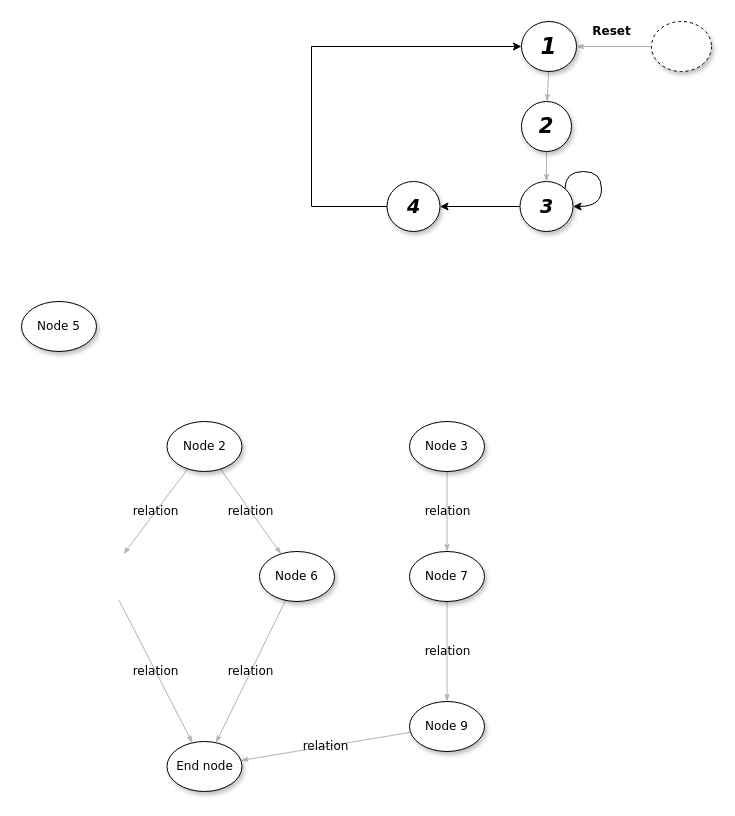
Above: CPU_State_Diag.drawio in TheParodicts/MIPS_CPU_Diagram (draw.io), before the change. Source tidied: cells renumbered, new cells numbered last; positions are measured from the earlier drawing's top-left corner, leaving out a move shared by most shapes. Both pictures are drawn from the tidied source at 100%, with x=0, y=0 at pixel (21, 21).
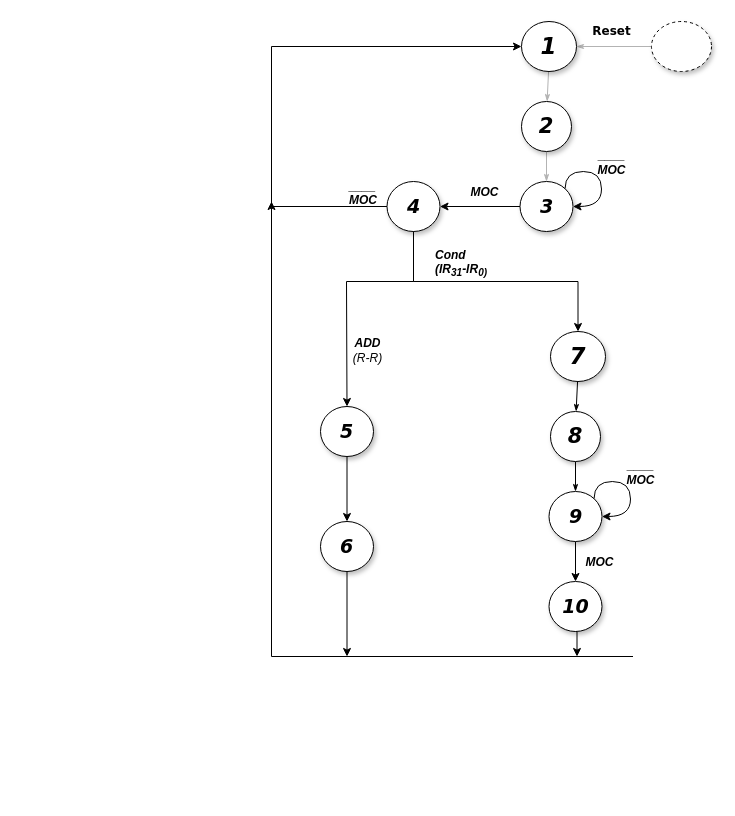
After the change.

Unchanged cells that the change refers to:
```xml
<mxCell id="19" value="&lt;b&gt;&lt;i&gt;&lt;font style=&quot;font-size: 23px&quot;&gt;1&lt;/font&gt;&lt;/i&gt;&lt;/b&gt;" style="ellipse;whiteSpace=wrap;html=1;rounded=0;shadow=1;comic=0;labelBackgroundColor=none;strokeColor=#000000;strokeWidth=1;fillColor=#FFFFFF;fontFamily=Verdana;fontSize=12;fontColor=#000000;align=center;" parent="1" vertex="1">
  <mxGeometry x="500" width="55" height="50" as="geometry" />
</mxCell>
<mxCell id="22" style="edgeStyle=orthogonalEdgeStyle;rounded=0;jettySize=auto;html=1;" parent="1" edge="1" source="23" target="25">
  <mxGeometry relative="1" as="geometry" />
</mxCell>
<mxCell id="25" value="&lt;span&gt;&lt;b&gt;&lt;i&gt;&lt;font style=&quot;font-size: 19px&quot;&gt;4&lt;/font&gt;&lt;/i&gt;&lt;/b&gt;&lt;/span&gt;" style="ellipse;whiteSpace=wrap;html=1;rounded=0;shadow=1;comic=0;labelBackgroundColor=none;strokeColor=#000000;strokeWidth=1;fillColor=#FFFFFF;fontFamily=Verdana;fontSize=12;fontColor=#000000;align=center;" parent="1" vertex="1">
  <mxGeometry x="365.5" y="160" width="53" height="50" as="geometry" />
</mxCell>
<mxCell id="26" style="edgeStyle=orthogonalEdgeStyle;rounded=0;orthogonalLoop=1;jettySize=auto;html=1;exitX=1;exitY=0;exitDx=0;exitDy=0;entryX=1;entryY=0.5;entryDx=0;entryDy=0;curved=1;" parent="1" edge="1" source="23" target="23">
  <mxGeometry relative="1" as="geometry">
    <Array as="points">
      <mxPoint x="544" y="150" />
      <mxPoint x="580" y="150" />
      <mxPoint x="580" y="185" />
    </Array>
  </mxGeometry>
</mxCell>
```

What changed in the source:
```diff
@@
-    <mxCell id="4" value="relation" style="edgeStyle=none;rounded=1;html=1;labelBackgroundColor=none;startArrow=none;startFill=0;startSize=5;endArrow=classicThin;endFill=1;endSize=5;jettySize=auto;strokeColor=#B3B3B3;strokeWidth=1;fontFamily=Verdana;fontSize=12;fontColor=#000000;" parent="1" edge="1" source="6">
-      <mxGeometry relative="1" as="geometry">
-        <mxPoint x="102.1" y="532.6" as="targetPoint" />
-      </mxGeometry>
-    </mxCell>
-    <mxCell id="5" value="relation" style="edgeStyle=none;rounded=1;html=1;labelBackgroundColor=none;startArrow=none;startFill=0;startSize=5;endArrow=classicThin;endFill=1;endSize=5;jettySize=auto;strokeColor=#B3B3B3;strokeWidth=1;fontFamily=Verdana;fontSize=12;fontColor=#000000;" parent="1" edge="1" source="6" target="14">
-      <mxGeometry relative="1" as="geometry" />
-    </mxCell>
-    <mxCell id="6" value="&lt;span&gt;Node 2&lt;/span&gt;" style="ellipse;whiteSpace=wrap;html=1;rounded=0;shadow=1;comic=0;labelBackgroundColor=none;strokeColor=#000000;strokeWidth=1;fillColor=#FFFFFF;fontFamily=Verdana;fontSize=12;fontColor=#000000;align=center;" parent="1" vertex="1">
-      <mxGeometry x="145.5" y="400" width="75" height="50" as="geometry" />
-    </mxCell>
-    <mxCell id="7" value="relation" style="edgeStyle=none;rounded=1;html=1;labelBackgroundColor=none;startArrow=none;startFill=0;startSize=5;endArrow=classicThin;endFill=1;endSize=5;jettySize=auto;strokeColor=#B3B3B3;strokeWidth=1;fontFamily=Verdana;fontSize=12;fontColor=#000000;" parent="1" edge="1" source="8" target="10">
-      <mxGeometry relative="1" as="geometry" />
-    </mxCell>
-    <mxCell id="8" value="&lt;span&gt;Node 3&lt;/span&gt;" style="ellipse;whiteSpace=wrap;html=1;rounded=0;shadow=1;comic=0;labelBackgroundColor=none;strokeColor=#000000;strokeWidth=1;fillColor=#FFFFFF;fontFamily=Verdana;fontSize=12;fontColor=#000000;align=center;" parent="1" vertex="1">
-      <mxGeometry x="388" y="400" width="75" height="50" as="geometry" />
-    </mxCell>
-    <mxCell id="9" value="relation" style="edgeStyle=none;rounded=1;html=1;labelBackgroundColor=none;startArrow=none;startFill=0;startSize=5;endArrow=classicThin;endFill=1;endSize=5;jettySize=auto;strokeColor=#B3B3B3;strokeWidth=1;fontFamily=Verdana;fontSize=12;fontColor=#000000;" parent="1" edge="1" source="10" target="12">
-      <mxGeometry relative="1" as="geometry" />
-    </mxCell>
-    <mxCell id="10" value="&lt;span&gt;Node 7&lt;/span&gt;" style="ellipse;whiteSpace=wrap;html=1;rounded=0;shadow=1;comic=0;labelBackgroundColor=none;strokeColor=#000000;strokeWidth=1;fillColor=#FFFFFF;fontFamily=Verdana;fontSize=12;fontColor=#000000;align=center;" parent="1" vertex="1">
-      <mxGeometry x="388" y="530" width="75" height="50" as="geometry" />
-    </mxCell>
-    <mxCell id="11" value="relation" style="edgeStyle=none;rounded=1;html=1;labelBackgroundColor=none;startArrow=none;startFill=0;startSize=5;endArrow=classicThin;endFill=1;endSize=5;jettySize=auto;strokeColor=#B3B3B3;strokeWidth=1;fontFamily=Verdana;fontSize=12;fontColor=#000000;" parent="1" edge="1" source="12" target="17">
-      <mxGeometry relative="1" as="geometry" />
-    </mxCell>
-    <mxCell id="12" value="&lt;span&gt;Node 9&lt;/span&gt;" style="ellipse;whiteSpace=wrap;html=1;rounded=0;shadow=1;comic=0;labelBackgroundColor=none;strokeColor=#000000;strokeWidth=1;fillColor=#FFFFFF;fontFamily=Verdana;fontSize=12;fontColor=#000000;align=center;" parent="1" vertex="1">
-      <mxGeometry x="388" y="680" width="75" height="50" as="geometry" />
-    </mxCell>
-    <mxCell id="13" value="relation" style="edgeStyle=none;rounded=1;html=1;labelBackgroundColor=none;startArrow=none;startFill=0;startSize=5;endArrow=classicThin;endFill=1;endSize=5;jettySize=auto;strokeColor=#B3B3B3;strokeWidth=1;fontFamily=Verdana;fontSize=12;fontColor=#000000;" parent="1" edge="1" source="14" target="17">
-      <mxGeometry relative="1" as="geometry" />
-    </mxCell>
-    <mxCell id="14" value="&lt;span&gt;Node 6&lt;/span&gt;" style="ellipse;whiteSpace=wrap;html=1;rounded=0;shadow=1;comic=0;labelBackgroundColor=none;strokeColor=#000000;strokeWidth=1;fillColor=#FFFFFF;fontFamily=Verdana;fontSize=12;fontColor=#000000;align=center;" parent="1" vertex="1">
-      <mxGeometry x="238" y="530" width="75" height="50" as="geometry" />
-    </mxCell>
-    <mxCell id="15" value="relation" style="edgeStyle=none;rounded=1;html=1;labelBackgroundColor=none;startArrow=none;startFill=0;startSize=5;endArrow=classicThin;endFill=1;endSize=5;jettySize=auto;strokeColor=#B3B3B3;strokeWidth=1;fontFamily=Verdana;fontSize=12;fontColor=#000000;" parent="1" edge="1" target="17">
-      <mxGeometry relative="1" as="geometry">
-        <mxPoint x="97.5" y="578.7" as="sourcePoint" />
-      </mxGeometry>
-    </mxCell>
-    <mxCell id="16" value="&lt;span&gt;Node 5&lt;/span&gt;" style="ellipse;whiteSpace=wrap;html=1;rounded=0;shadow=1;comic=0;labelBackgroundColor=none;strokeColor=#000000;strokeWidth=1;fillColor=#FFFFFF;fontFamily=Verdana;fontSize=12;fontColor=#000000;align=center;" parent="1" vertex="1">
-      <mxGeometry y="280" width="75" height="50" as="geometry" />
-    </mxCell>
-    <mxCell id="17" value="End node" style="ellipse;whiteSpace=wrap;html=1;rounded=0;shadow=1;comic=0;labelBackgroundColor=none;strokeColor=#000000;strokeWidth=1;fillColor=#FFFFFF;fontFamily=Verdana;fontSize=12;fontColor=#000000;align=center;" parent="1" vertex="1">
-      <mxGeometry x="145.5" y="720" width="75" height="50" as="geometry" />
-    </mxCell>
@@
+    <mxCell id="27" value="&lt;b&gt;&lt;i&gt;MOC&lt;/i&gt;&lt;/b&gt;" style="text;html=1;align=center;verticalAlign=middle;labelBackgroundColor=#ffffff;" parent="22" vertex="1">
+      <mxGeometry x="-0.11" y="-3" relative="1" as="geometry">
+        <mxPoint y="-12" as="offset" />
+      </mxGeometry>
+    </mxCell>
+    <mxCell id="28" value="&lt;b&gt;&lt;i&gt;MOC&lt;/i&gt;&lt;/b&gt;" style="text;html=1;align=center;verticalAlign=middle;labelBackgroundColor=#ffffff;" parent="22" vertex="1">
+      <mxGeometry x="-0.11" y="-3" relative="1" as="geometry">
+        <mxPoint x="114.5" y="358" as="offset" />
+      </mxGeometry>
+    </mxCell>
@@
     <mxCell id="24" style="edgeStyle=orthogonalEdgeStyle;rounded=0;jettySize=auto;html=1;exitX=0;exitY=0.5;exitDx=0;exitDy=0;entryX=0;entryY=0.5;entryDx=0;entryDy=0;" parent="1" edge="1" source="25" target="19">
       <mxGeometry relative="1" as="geometry">
         <Array as="points">
-          <mxPoint x="290" y="185" />
-          <mxPoint x="290" y="25" />
+          <mxPoint x="250" y="185" />
+          <mxPoint x="250" y="25" />
         </Array>
       </mxGeometry>
     </mxCell>
+    <mxCell id="29" style="edgeStyle=orthogonalEdgeStyle;rounded=0;jettySize=auto;html=1;exitX=0.5;exitY=1;exitDx=0;exitDy=0;" parent="1" edge="1" source="25" target="32">
+      <mxGeometry relative="1" as="geometry">
+        <Array as="points">
+          <mxPoint x="392" y="260" />
+          <mxPoint x="325" y="260" />
+        </Array>
+      </mxGeometry>
+    </mxCell>
+    <mxCell id="30" value="&lt;i&gt;&lt;b&gt;ADD&lt;/b&gt;&lt;br&gt;(R-R)&lt;/i&gt;&lt;br&gt;" style="text;html=1;align=center;verticalAlign=middle;labelBackgroundColor=#ffffff;" parent="29" vertex="1">
+      <mxGeometry x="0.37" y="-3" relative="1" as="geometry">
+        <mxPoint x="23.5" y="19.5" as="offset" />
+      </mxGeometry>
+    </mxCell>
@@
+    <mxCell id="31" style="edgeStyle=orthogonalEdgeStyle;rounded=0;jettySize=auto;html=1;" parent="1" edge="1" source="32" target="34">
+      <mxGeometry relative="1" as="geometry" />
+    </mxCell>
+    <mxCell id="32" value="&lt;span&gt;&lt;b&gt;&lt;i&gt;&lt;font style=&quot;font-size: 19px&quot;&gt;5&lt;/font&gt;&lt;/i&gt;&lt;/b&gt;&lt;/span&gt;" style="ellipse;whiteSpace=wrap;html=1;rounded=0;shadow=1;comic=0;labelBackgroundColor=none;strokeColor=#000000;strokeWidth=1;fillColor=#FFFFFF;fontFamily=Verdana;fontSize=12;fontColor=#000000;align=center;" parent="1" vertex="1">
+      <mxGeometry x="299" y="385" width="53" height="50" as="geometry" />
+    </mxCell>
+    <mxCell id="33" style="edgeStyle=orthogonalEdgeStyle;rounded=0;jettySize=auto;html=1;exitX=0.5;exitY=1;exitDx=0;exitDy=0;" parent="1" edge="1" source="34">
+      <mxGeometry relative="1" as="geometry">
+        <mxPoint x="325.5" y="635" as="targetPoint" />
+      </mxGeometry>
+    </mxCell>
+    <mxCell id="34" value="&lt;span&gt;&lt;b&gt;&lt;i&gt;&lt;font style=&quot;font-size: 19px&quot;&gt;6&lt;/font&gt;&lt;/i&gt;&lt;/b&gt;&lt;/span&gt;" style="ellipse;whiteSpace=wrap;html=1;rounded=0;shadow=1;comic=0;labelBackgroundColor=none;strokeColor=#000000;strokeWidth=1;fillColor=#FFFFFF;fontFamily=Verdana;fontSize=12;fontColor=#000000;align=center;" parent="1" vertex="1">
+      <mxGeometry x="299" y="500" width="53" height="50" as="geometry" />
+    </mxCell>
@@
+    <mxCell id="35" value="&lt;b&gt;&lt;i&gt;____&lt;br&gt;MOC&lt;/i&gt;&lt;/b&gt;" style="text;html=1;align=center;verticalAlign=middle;labelBackgroundColor=#ffffff;horizontal=1;" parent="26" vertex="1">
+      <mxGeometry x="-0.23" y="-4" relative="1" as="geometry">
+        <mxPoint x="18" y="-14" as="offset" />
+      </mxGeometry>
+    </mxCell>
+    <mxCell id="36" value="&lt;b&gt;&lt;i&gt;____&lt;br&gt;MOC&lt;/i&gt;&lt;/b&gt;&lt;br&gt;" style="text;html=1;align=left;verticalAlign=top;spacingTop=-4;" parent="1" vertex="1">
+      <mxGeometry x="325.5" y="155" width="40" height="30" as="geometry" />
+    </mxCell>
+    <mxCell id="37" style="endArrow=classic;html=1;edgeStyle=orthogonalEdgeStyle;rounded=0;" parent="1" edge="1">
+      <mxGeometry relative="1" as="geometry">
+        <mxPoint x="611.5" y="635" as="sourcePoint" />
+        <mxPoint x="250" y="180" as="targetPoint" />
+        <Array as="points">
+          <mxPoint x="450.5" y="635" />
+          <mxPoint x="250.5" y="635" />
+        </Array>
+      </mxGeometry>
+    </mxCell>
+    <mxCell id="38" value="&lt;b&gt;&lt;i&gt;Cond&lt;br&gt;(IR&lt;sub&gt;31&lt;/sub&gt;-IR&lt;sub&gt;0)&lt;/sub&gt;&lt;/i&gt;&lt;/b&gt;&lt;br&gt;" style="text;html=1;align=left;verticalAlign=top;spacingTop=-4;" parent="1" vertex="1">
+      <mxGeometry x="411.5" y="224" width="70" height="30" as="geometry" />
+    </mxCell>
+    <mxCell id="39" style="edgeStyle=none;rounded=1;html=1;labelBackgroundColor=none;startArrow=none;startFill=0;startSize=5;endArrow=classicThin;endFill=1;endSize=5;jettySize=auto;strokeColor=#000000;strokeWidth=1;fontFamily=Verdana;fontSize=12;fontColor=#000000;" parent="1" edge="1" source="40" target="42">
+      <mxGeometry relative="1" as="geometry" />
+    </mxCell>
+    <mxCell id="40" value="&lt;span style=&quot;font-size: 23px&quot;&gt;&lt;b&gt;&lt;i&gt;7&lt;/i&gt;&lt;/b&gt;&lt;/span&gt;" style="ellipse;whiteSpace=wrap;html=1;rounded=0;shadow=1;comic=0;labelBackgroundColor=none;strokeColor=#000000;strokeWidth=1;fillColor=#FFFFFF;fontFamily=Verdana;fontSize=12;fontColor=#000000;align=center;" parent="1" vertex="1">
+      <mxGeometry x="529" y="310" width="55" height="50" as="geometry" />
+    </mxCell>
+    <mxCell id="41" style="edgeStyle=none;rounded=1;html=1;labelBackgroundColor=none;startArrow=none;startFill=0;startSize=5;endArrow=classicThin;endFill=1;endSize=5;jettySize=auto;strokeColor=#000000;strokeWidth=1;fontFamily=Verdana;fontSize=12;fontColor=#000000;" parent="1" edge="1" source="42" target="44">
+      <mxGeometry relative="1" as="geometry" />
+    </mxCell>
+    <mxCell id="42" value="&lt;span&gt;&lt;b&gt;&lt;i&gt;&lt;font style=&quot;font-size: 21px&quot;&gt;8&lt;/font&gt;&lt;/i&gt;&lt;/b&gt;&lt;/span&gt;" style="ellipse;whiteSpace=wrap;html=1;rounded=0;shadow=1;comic=0;labelBackgroundColor=none;strokeColor=#000000;strokeWidth=1;fillColor=#FFFFFF;fontFamily=Verdana;fontSize=12;fontColor=#000000;align=center;" parent="1" vertex="1">
+      <mxGeometry x="529" y="390" width="50" height="50" as="geometry" />
+    </mxCell>
+    <mxCell id="43" style="edgeStyle=orthogonalEdgeStyle;rounded=0;jettySize=auto;html=1;" parent="1" edge="1" source="44" target="46">
+      <mxGeometry relative="1" as="geometry" />
+    </mxCell>
+    <mxCell id="44" value="&lt;span&gt;&lt;b&gt;&lt;i&gt;&lt;font style=&quot;font-size: 19px&quot;&gt;9&lt;/font&gt;&lt;/i&gt;&lt;/b&gt;&lt;/span&gt;" style="ellipse;whiteSpace=wrap;html=1;rounded=0;shadow=1;comic=0;labelBackgroundColor=none;strokeColor=#000000;strokeWidth=1;fillColor=#FFFFFF;fontFamily=Verdana;fontSize=12;fontColor=#000000;align=center;" parent="1" vertex="1">
+      <mxGeometry x="527.5" y="470" width="53" height="50" as="geometry" />
+    </mxCell>
+    <mxCell id="45" style="edgeStyle=orthogonalEdgeStyle;rounded=0;jettySize=auto;html=1;exitX=0.5;exitY=1;exitDx=0;exitDy=0;strokeColor=#000000;" parent="1" edge="1" source="46">
+      <mxGeometry relative="1" as="geometry">
+        <mxPoint x="555.5" y="635" as="targetPoint" />
+      </mxGeometry>
+    </mxCell>
+    <mxCell id="46" value="&lt;span&gt;&lt;b&gt;&lt;i&gt;&lt;font style=&quot;font-size: 19px&quot;&gt;10&lt;/font&gt;&lt;/i&gt;&lt;/b&gt;&lt;/span&gt;" style="ellipse;whiteSpace=wrap;html=1;rounded=0;shadow=1;comic=0;labelBackgroundColor=none;strokeColor=#000000;strokeWidth=1;fillColor=#FFFFFF;fontFamily=Verdana;fontSize=12;fontColor=#000000;align=center;" parent="1" vertex="1">
+      <mxGeometry x="527.5" y="560" width="53" height="50" as="geometry" />
+    </mxCell>
+    <mxCell id="47" style="edgeStyle=orthogonalEdgeStyle;rounded=0;orthogonalLoop=1;jettySize=auto;html=1;exitX=1;exitY=0;exitDx=0;exitDy=0;entryX=1;entryY=0.5;entryDx=0;entryDy=0;curved=1;" parent="1" edge="1" source="44" target="44">
+      <mxGeometry relative="1" as="geometry">
+        <Array as="points">
+          <mxPoint x="573" y="460" />
+          <mxPoint x="609" y="460" />
+          <mxPoint x="609" y="495" />
+        </Array>
+      </mxGeometry>
+    </mxCell>
+    <mxCell id="48" value="&lt;b&gt;&lt;i&gt;____&lt;br&gt;MOC&lt;/i&gt;&lt;/b&gt;" style="text;html=1;align=center;verticalAlign=middle;labelBackgroundColor=#ffffff;horizontal=1;" parent="47" vertex="1">
+      <mxGeometry x="-0.23" y="-4" relative="1" as="geometry">
+        <mxPoint x="18" y="-14" as="offset" />
+      </mxGeometry>
+    </mxCell>
+    <mxCell id="49" style="endArrow=classic;html=1;strokeColor=#000000;entryX=0.5;entryY=0;entryDx=0;entryDy=0;exitX=0.5;exitY=1;exitDx=0;exitDy=0;edgeStyle=orthogonalEdgeStyle;rounded=0;" parent="1" edge="1" source="25" target="40">
+      <mxGeometry relative="1" as="geometry" />
+    </mxCell>
```
